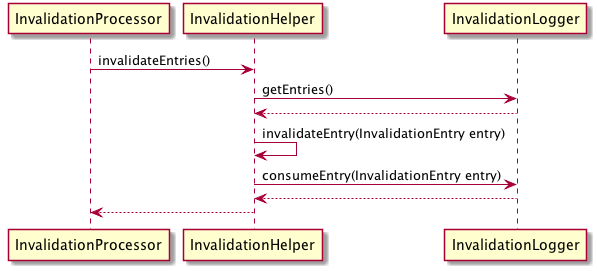
Before: src/doc/uml/generated/process_invalidation_entries.png, a diagram exported from PlantUML (ppodgorsek/juncacher). Its source is kept beside it as src/doc/uml/process_invalidation_entries.plantuml. The source it was exported from:
```plantuml
@startuml

InvalidationProcessor -> InvalidationHelper: invalidateEntries()

InvalidationHelper -> InvalidationLogger: getEntries()
InvalidationLogger --> InvalidationHelper

InvalidationHelper -> InvalidationHelper: invalidateEntry(InvalidationEntry entry)

InvalidationHelper -> InvalidationLogger: consumeEntry(InvalidationEntry entry)
InvalidationLogger --> InvalidationHelper

InvalidationHelper --> InvalidationProcessor

@enduml
```
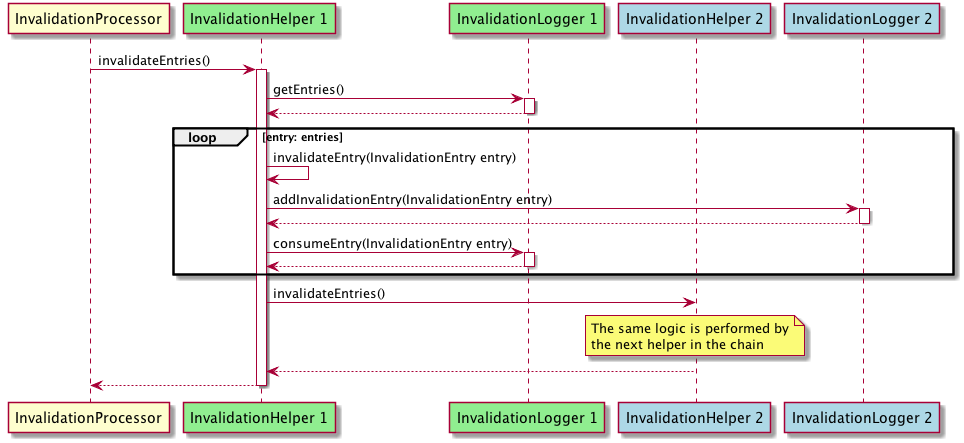
After the change.

Commit message:
Updated the UML diagrams.

Change to the diagram source:
```diff
@@ -1,15 +1,38 @@
 @startuml
 
-InvalidationProcessor -> InvalidationHelper: invalidateEntries()
+participant "InvalidationProcessor"
+participant "InvalidationHelper 1" #lightgreen
+participant "InvalidationLogger 1" #lightgreen
+participant "InvalidationHelper 2" #lightblue
+participant "InvalidationLogger 2" #lightblue
 
-InvalidationHelper -> InvalidationLogger: getEntries()
-InvalidationLogger --> InvalidationHelper
+InvalidationProcessor -> "InvalidationHelper 1": invalidateEntries()
+activate "InvalidationHelper 1"
 
-InvalidationHelper -> InvalidationHelper: invalidateEntry(InvalidationEntry entry)
+"InvalidationHelper 1" -> "InvalidationLogger 1": getEntries()
+activate "InvalidationLogger 1"
+"InvalidationLogger 1" --> "InvalidationHelper 1"
+deactivate "InvalidationLogger 1"
 
-InvalidationHelper -> InvalidationLogger: consumeEntry(InvalidationEntry entry)
-InvalidationLogger --> InvalidationHelper
+loop entry: entries
+	"InvalidationHelper 1" -> "InvalidationHelper 1": invalidateEntry(InvalidationEntry entry)
 
-InvalidationHelper --> InvalidationProcessor
+	"InvalidationHelper 1" -> "InvalidationLogger 2": addInvalidationEntry(InvalidationEntry entry)
+	activate "InvalidationLogger 2"
+	"InvalidationLogger 2" --> "InvalidationHelper 1"
+	deactivate "InvalidationLogger 2"
+
+	"InvalidationHelper 1" -> "InvalidationLogger 1": consumeEntry(InvalidationEntry entry)
+	activate "InvalidationLogger 1"
+	"InvalidationLogger 1" --> "InvalidationHelper 1"
+	deactivate "InvalidationLogger 1"
+end
+
+"InvalidationHelper 1" -> "InvalidationHelper 2": invalidateEntries()
+note over "InvalidationHelper 2": The same logic is performed by\nthe next helper in the chain
+"InvalidationHelper 2" --> "InvalidationHelper 1"
+
+"InvalidationHelper 1" --> InvalidationProcessor
+deactivate "InvalidationHelper 1"
 
 @enduml
```
